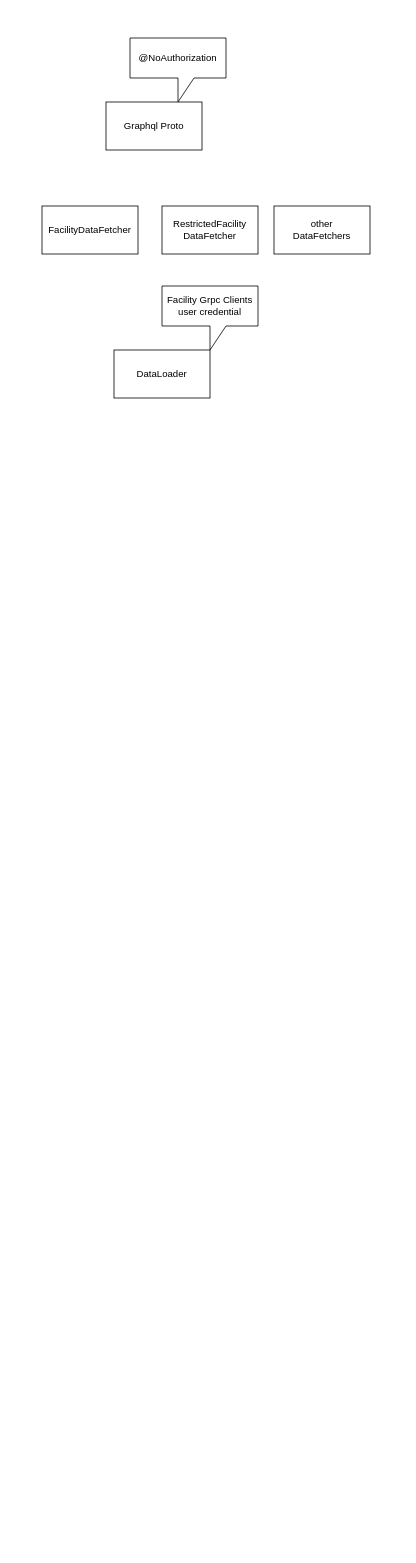
Above: Enable Facility Auth.drawio in evagle/awesome (draw.io), before the change. Source tidied: cells renumbered, new cells numbered last; positions are measured from the earlier drawing's top-left corner, leaving out a move shared by most shapes. Both pictures are drawn from the tidied source at 80%, with x=0, y=0 at pixel (42, 38).
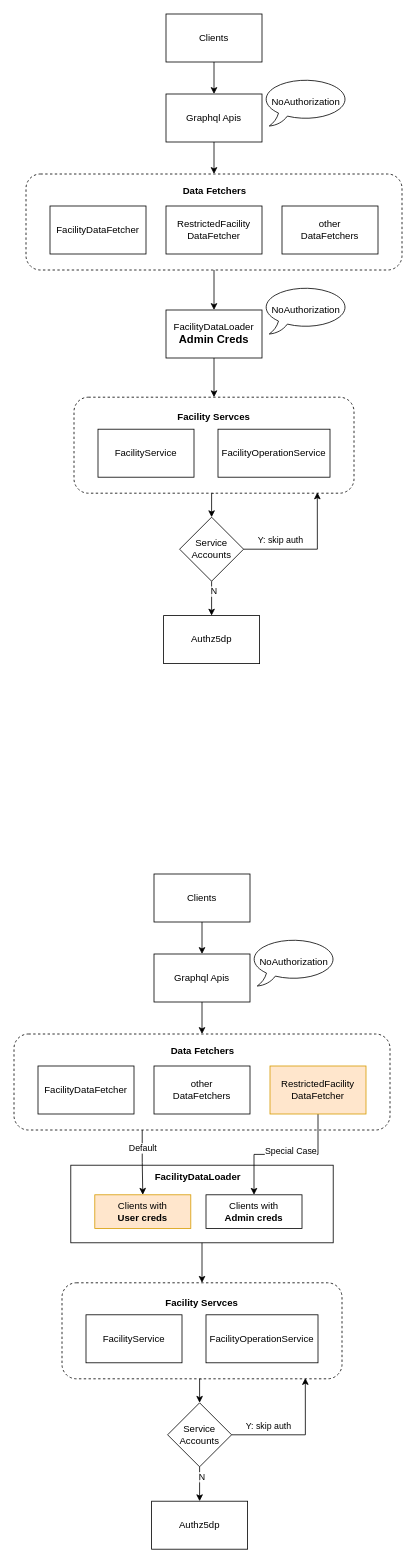
Above is the later version.

Change to the diagram source:
```diff
@@
+    <mxCell id="9" style="rounded=0;whiteSpace=wrap;html=1;" parent="1" vertex="1">
+      <mxGeometry x="36" y="1409" width="328" height="97" as="geometry" />
+    </mxCell>
+    <mxCell id="10" style="edgeStyle=orthogonalEdgeStyle;rounded=0;jettySize=auto;html=1;exitX=0.5;exitY=1;exitDx=0;exitDy=0;entryX=0.5;entryY=0;entryDx=0;entryDy=0;" parent="1" edge="1" source="11" target="26">
+      <mxGeometry relative="1" as="geometry" />
+    </mxCell>
+    <mxCell id="11" style="rounded=1;whiteSpace=wrap;html=1;dashed=1;" parent="1" vertex="1">
+      <mxGeometry x="40" y="449" width="350" height="120" as="geometry" />
+    </mxCell>
+    <mxCell id="12" style="edgeStyle=orthogonalEdgeStyle;rounded=0;jettySize=auto;html=1;exitX=0.5;exitY=1;exitDx=0;exitDy=0;entryX=0.5;entryY=0;entryDx=0;entryDy=0;" parent="1" edge="1" source="13" target="3">
+      <mxGeometry relative="1" as="geometry" />
+    </mxCell>
+    <mxCell id="13" style="rounded=1;whiteSpace=wrap;html=1;dashed=1;" parent="1" vertex="1">
+      <mxGeometry x="-20" y="170" width="470" height="120" as="geometry" />
+    </mxCell>
+    <mxCell id="14" style="edgeStyle=orthogonalEdgeStyle;rounded=0;jettySize=auto;html=1;exitX=0.5;exitY=1;exitDx=0;exitDy=0;entryX=0.5;entryY=0;entryDx=0;entryDy=0;" parent="1" edge="1" source="2" target="13">
+      <mxGeometry relative="1" as="geometry" />
+    </mxCell>
-    <mxCell id="2" value="Graphql Proto" style="rounded=0;whiteSpace=wrap;html=1;" parent="1" vertex="1">
-      <mxGeometry x="80" y="80" width="120" height="60" as="geometry" />
+    <mxCell id="2" value="Graphql Apis" style="rounded=0;whiteSpace=wrap;html=1;" parent="1" vertex="1">
+      <mxGeometry x="155" y="70" width="120" height="60" as="geometry" />
     </mxCell>
+    <mxCell id="15" style="edgeStyle=orthogonalEdgeStyle;rounded=0;jettySize=auto;html=1;exitX=0.5;exitY=1;exitDx=0;exitDy=0;entryX=0.5;entryY=0;entryDx=0;entryDy=0;" parent="1" edge="1" source="3" target="11">
+      <mxGeometry relative="1" as="geometry" />
+    </mxCell>
-    <mxCell id="3" value="DataLoader" style="rounded=0;whiteSpace=wrap;html=1;" parent="1" vertex="1">
-      <mxGeometry x="90" y="390" width="120" height="60" as="geometry" />
+    <mxCell id="3" value="FacilityDataLoader&lt;div&gt;&lt;b&gt;&lt;font style=&quot;font-size: 14px;&quot;&gt;Admin Creds&lt;/font&gt;&lt;/b&gt;&lt;/div&gt;" style="rounded=0;whiteSpace=wrap;html=1;" parent="1" vertex="1">
+      <mxGeometry x="155" y="340" width="120" height="60" as="geometry" />
     </mxCell>
-    <mxCell id="4" value="@NoAuthorization" style="shape=callout;whiteSpace=wrap;html=1;perimeter=calloutPerimeter;" parent="1" vertex="1">
-      <mxGeometry x="110" width="120" height="80" as="geometry" />
-    </mxCell>
-    <mxCell id="5" value="Facility Grpc Clients&lt;br&gt;user credential" style="shape=callout;whiteSpace=wrap;html=1;perimeter=calloutPerimeter;" parent="1" vertex="1">
-      <mxGeometry x="150" y="310" width="120" height="80" as="geometry" />
-    </mxCell>
     <mxCell id="6" value="FacilityDataFetcher" style="rounded=0;whiteSpace=wrap;html=1;" parent="1" vertex="1">
-      <mxGeometry y="210" width="120" height="60" as="geometry" />
+      <mxGeometry x="10" y="210" width="120" height="60" as="geometry" />
     </mxCell>
     <mxCell id="7" value="RestrictedFacility&lt;br&gt;DataFetcher" style="rounded=0;whiteSpace=wrap;html=1;" parent="1" vertex="1">
-      <mxGeometry x="150" y="210" width="120" height="60" as="geometry" />
+      <mxGeometry x="155" y="210" width="120" height="60" as="geometry" />
     </mxCell>
     <mxCell id="8" value="other&lt;br&gt;DataFetchers" style="rounded=0;whiteSpace=wrap;html=1;" parent="1" vertex="1">
-      <mxGeometry x="290" y="210" width="120" height="60" as="geometry" />
+      <mxGeometry x="300" y="210" width="120" height="60" as="geometry" />
     </mxCell>
+    <mxCell id="16" value="&lt;b&gt;Data Fetchers&lt;/b&gt;" style="text;html=1;align=center;verticalAlign=middle;whiteSpace=wrap;rounded=0;" parent="1" vertex="1">
+      <mxGeometry x="161" y="177" width="110" height="30" as="geometry" />
+    </mxCell>
+    <mxCell id="17" value="FacilityService" style="rounded=0;whiteSpace=wrap;html=1;" parent="1" vertex="1">
+      <mxGeometry x="70" y="489" width="120" height="60" as="geometry" />
+    </mxCell>
+    <mxCell id="18" value="FacilityOperationService" style="rounded=0;whiteSpace=wrap;html=1;" parent="1" vertex="1">
+      <mxGeometry x="220" y="489" width="140" height="60" as="geometry" />
+    </mxCell>
+    <mxCell id="19" value="NoAuthorization" style="whiteSpace=wrap;html=1;shape=mxgraph.basic.oval_callout;" parent="1" vertex="1">
+      <mxGeometry x="275" y="50" width="110" height="60" as="geometry" />
+    </mxCell>
+    <mxCell id="20" value="NoAuthorization" style="whiteSpace=wrap;html=1;shape=mxgraph.basic.oval_callout;" parent="1" vertex="1">
+      <mxGeometry x="275" y="310" width="110" height="60" as="geometry" />
+    </mxCell>
+    <mxCell id="21" style="edgeStyle=orthogonalEdgeStyle;rounded=0;jettySize=auto;html=1;exitX=0.5;exitY=1;exitDx=0;exitDy=0;entryX=0.5;entryY=0;entryDx=0;entryDy=0;" parent="1" edge="1" source="22" target="2">
+      <mxGeometry relative="1" as="geometry" />
+    </mxCell>
+    <mxCell id="22" value="Clients" style="rounded=0;whiteSpace=wrap;html=1;" parent="1" vertex="1">
+      <mxGeometry x="155" y="-30" width="120" height="60" as="geometry" />
+    </mxCell>
+    <mxCell id="23" value="&lt;b&gt;Facility Servces&lt;/b&gt;" style="text;html=1;align=center;verticalAlign=middle;whiteSpace=wrap;rounded=0;" parent="1" vertex="1">
+      <mxGeometry x="160" y="459" width="110" height="30" as="geometry" />
+    </mxCell>
+    <mxCell id="24" style="edgeStyle=orthogonalEdgeStyle;rounded=0;jettySize=auto;html=1;" parent="1" edge="1" source="26" target="27">
+      <mxGeometry relative="1" as="geometry" />
+    </mxCell>
+    <mxCell id="25" value="N" style="edgeLabel;html=1;align=center;verticalAlign=middle;" parent="24" vertex="1">
+      <mxGeometry x="-0.44" y="2" relative="1" as="geometry" />
+    </mxCell>
+    <mxCell id="26" value="Service&lt;br&gt;Accounts" style="rhombus;whiteSpace=wrap;html=1;" parent="1" vertex="1">
+      <mxGeometry x="172" y="599" width="80" height="80" as="geometry" />
+    </mxCell>
+    <mxCell id="27" value="Authz5dp" style="whiteSpace=wrap;html=1;" parent="1" vertex="1">
+      <mxGeometry x="152" y="722" width="120" height="60" as="geometry" />
+    </mxCell>
+    <mxCell id="28" style="edgeStyle=orthogonalEdgeStyle;rounded=0;jettySize=auto;html=1;exitX=1;exitY=0.5;exitDx=0;exitDy=0;entryX=0.869;entryY=0.992;entryDx=0;entryDy=0;entryPerimeter=0;" parent="1" edge="1" source="26" target="11">
+      <mxGeometry relative="1" as="geometry" />
+    </mxCell>
+    <mxCell id="29" value="Y: skip auth" style="edgeLabel;html=1;align=center;verticalAlign=middle;" parent="28" vertex="1">
+      <mxGeometry x="-0.44" y="5" relative="1" as="geometry">
+        <mxPoint x="-1" y="-7" as="offset" />
+      </mxGeometry>
+    </mxCell>
+    <mxCell id="30" style="edgeStyle=orthogonalEdgeStyle;rounded=0;jettySize=auto;html=1;exitX=0.5;exitY=1;exitDx=0;exitDy=0;entryX=0.5;entryY=0;entryDx=0;entryDy=0;" parent="1" edge="1" source="31" target="51">
+      <mxGeometry relative="1" as="geometry" />
+    </mxCell>
+    <mxCell id="31" style="rounded=1;whiteSpace=wrap;html=1;dashed=1;" parent="1" vertex="1">
+      <mxGeometry x="25" y="1556" width="350" height="120" as="geometry" />
+    </mxCell>
+    <mxCell id="32" value="Default" style="edgeStyle=orthogonalEdgeStyle;rounded=0;jettySize=auto;html=1;exitX=0.341;exitY=1;exitDx=0;exitDy=0;exitPerimeter=0;" parent="1" edge="1" source="33" target="56">
+      <mxGeometry x="-0.44" y="1" relative="1" as="geometry" />
+    </mxCell>
+    <mxCell id="33" style="rounded=1;whiteSpace=wrap;html=1;dashed=1;" parent="1" vertex="1">
+      <mxGeometry x="-35" y="1245" width="470" height="120" as="geometry" />
+    </mxCell>
+    <mxCell id="34" style="edgeStyle=orthogonalEdgeStyle;rounded=0;jettySize=auto;html=1;exitX=0.5;exitY=1;exitDx=0;exitDy=0;entryX=0.5;entryY=0;entryDx=0;entryDy=0;" parent="1" edge="1" source="35" target="33">
+      <mxGeometry relative="1" as="geometry" />
+    </mxCell>
+    <mxCell id="35" value="Graphql Apis" style="rounded=0;whiteSpace=wrap;html=1;" parent="1" vertex="1">
+      <mxGeometry x="140" y="1145" width="120" height="60" as="geometry" />
+    </mxCell>
+    <mxCell id="36" style="edgeStyle=orthogonalEdgeStyle;rounded=0;jettySize=auto;html=1;exitX=0.5;exitY=1;exitDx=0;exitDy=0;entryX=0.5;entryY=0;entryDx=0;entryDy=0;" parent="1" edge="1" source="9" target="31">
+      <mxGeometry relative="1" as="geometry" />
+    </mxCell>
+    <mxCell id="37" value="FacilityDataFetcher" style="rounded=0;whiteSpace=wrap;html=1;" parent="1" vertex="1">
+      <mxGeometry x="-5" y="1285" width="120" height="60" as="geometry" />
+    </mxCell>
+    <mxCell id="38" style="edgeStyle=orthogonalEdgeStyle;rounded=0;jettySize=auto;html=1;exitX=0.5;exitY=1;exitDx=0;exitDy=0;" parent="1" edge="1" source="40" target="57">
+      <mxGeometry relative="1" as="geometry" />
+    </mxCell>
+    <mxCell id="39" value="Special Case" style="edgeLabel;html=1;align=center;verticalAlign=middle;" parent="38" vertex="1">
+      <mxGeometry x="-0.02" y="3" relative="1" as="geometry">
+        <mxPoint x="4" y="-7" as="offset" />
+      </mxGeometry>
+    </mxCell>
+    <mxCell id="40" value="RestrictedFacility&lt;br&gt;DataFetcher" style="rounded=0;whiteSpace=wrap;html=1;fillColor=#ffe6cc;strokeColor=#d79b00;" parent="1" vertex="1">
+      <mxGeometry x="285" y="1285" width="120" height="60" as="geometry" />
+    </mxCell>
+    <mxCell id="41" value="other&lt;br&gt;DataFetchers" style="rounded=0;whiteSpace=wrap;html=1;" parent="1" vertex="1">
+      <mxGeometry x="140" y="1285" width="120" height="60" as="geometry" />
+    </mxCell>
+    <mxCell id="42" value="&lt;b&gt;Data Fetchers&lt;/b&gt;" style="text;html=1;align=center;verticalAlign=middle;whiteSpace=wrap;rounded=0;" parent="1" vertex="1">
+      <mxGeometry x="146" y="1252" width="110" height="30" as="geometry" />
+    </mxCell>
+    <mxCell id="43" value="FacilityService" style="rounded=0;whiteSpace=wrap;html=1;" parent="1" vertex="1">
+      <mxGeometry x="55" y="1596" width="120" height="60" as="geometry" />
+    </mxCell>
+    <mxCell id="44" value="FacilityOperationService" style="rounded=0;whiteSpace=wrap;html=1;" parent="1" vertex="1">
+      <mxGeometry x="205" y="1596" width="140" height="60" as="geometry" />
+    </mxCell>
+    <mxCell id="45" value="NoAuthorization" style="whiteSpace=wrap;html=1;shape=mxgraph.basic.oval_callout;" parent="1" vertex="1">
+      <mxGeometry x="260" y="1125" width="110" height="60" as="geometry" />
+    </mxCell>
+    <mxCell id="46" style="edgeStyle=orthogonalEdgeStyle;rounded=0;jettySize=auto;html=1;exitX=0.5;exitY=1;exitDx=0;exitDy=0;entryX=0.5;entryY=0;entryDx=0;entryDy=0;" parent="1" edge="1" source="47" target="35">
+      <mxGeometry relative="1" as="geometry" />
+    </mxCell>
+    <mxCell id="47" value="Clients" style="rounded=0;whiteSpace=wrap;html=1;" parent="1" vertex="1">
+      <mxGeometry x="140" y="1045" width="120" height="60" as="geometry" />
+    </mxCell>
+    <mxCell id="48" value="&lt;b&gt;Facility Servces&lt;/b&gt;" style="text;html=1;align=center;verticalAlign=middle;whiteSpace=wrap;rounded=0;" parent="1" vertex="1">
+      <mxGeometry x="145" y="1566" width="110" height="30" as="geometry" />
+    </mxCell>
+    <mxCell id="49" style="edgeStyle=orthogonalEdgeStyle;rounded=0;jettySize=auto;html=1;" parent="1" edge="1" source="51" target="52">
+      <mxGeometry relative="1" as="geometry" />
+    </mxCell>
+    <mxCell id="50" value="N" style="edgeLabel;html=1;align=center;verticalAlign=middle;" parent="49" vertex="1">
+      <mxGeometry x="-0.44" y="2" relative="1" as="geometry" />
+    </mxCell>
+    <mxCell id="51" value="Service&lt;br&gt;Accounts" style="rhombus;whiteSpace=wrap;html=1;" parent="1" vertex="1">
+      <mxGeometry x="157" y="1706" width="80" height="80" as="geometry" />
+    </mxCell>
+    <mxCell id="52" value="Authz5dp" style="whiteSpace=wrap;html=1;" parent="1" vertex="1">
+      <mxGeometry x="137" y="1829" width="120" height="60" as="geometry" />
+    </mxCell>
+    <mxCell id="53" style="edgeStyle=orthogonalEdgeStyle;rounded=0;jettySize=auto;html=1;exitX=1;exitY=0.5;exitDx=0;exitDy=0;entryX=0.869;entryY=0.992;entryDx=0;entryDy=0;entryPerimeter=0;" parent="1" edge="1" source="51" target="31">
+      <mxGeometry relative="1" as="geometry" />
+    </mxCell>
+    <mxCell id="54" value="Y: skip auth" style="edgeLabel;html=1;align=center;verticalAlign=middle;" parent="53" vertex="1">
+      <mxGeometry x="-0.44" y="5" relative="1" as="geometry">
+        <mxPoint x="-1" y="-7" as="offset" />
+      </mxGeometry>
+    </mxCell>
+    <mxCell id="55" value="&lt;b&gt;FacilityDataLoader&lt;/b&gt;" style="text;html=1;align=center;verticalAlign=middle;whiteSpace=wrap;rounded=0;" parent="1" vertex="1">
+      <mxGeometry x="140" y="1409" width="110" height="30" as="geometry" />
+    </mxCell>
+    <mxCell id="56" value="Clients with&lt;br&gt;&lt;b&gt;User creds&lt;/b&gt;" style="rounded=0;whiteSpace=wrap;html=1;fillColor=#ffe6cc;strokeColor=#d79b00;" parent="1" vertex="1">
+      <mxGeometry x="66" y="1446" width="120" height="42" as="geometry" />
+    </mxCell>
+    <mxCell id="57" value="Clients with&lt;br&gt;&lt;b&gt;Admin creds&lt;/b&gt;" style="rounded=0;whiteSpace=wrap;html=1;" parent="1" vertex="1">
+      <mxGeometry x="205" y="1446" width="120" height="42" as="geometry" />
+    </mxCell>
```
